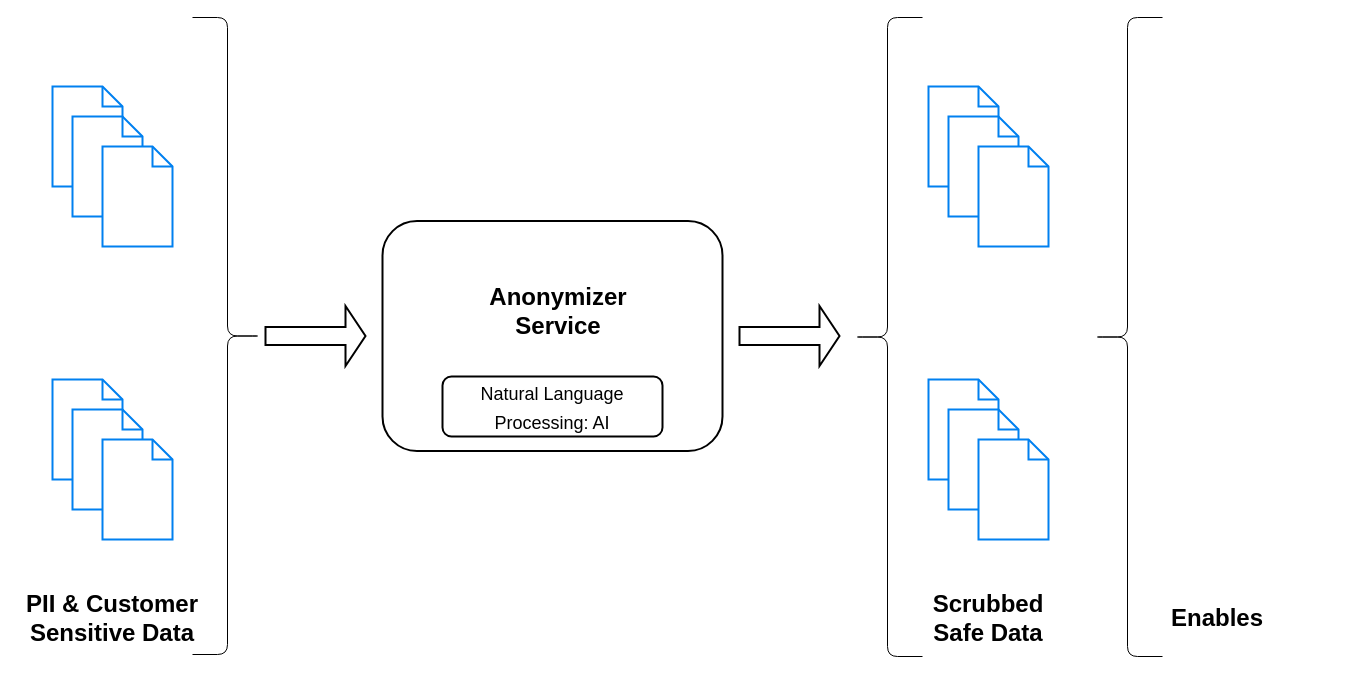
Earlier version of the draw.io diagram page "Arch Overview" (7 of 12) of AB3 - 2022-12-12-v1.drawio (fotoby/ab3). Source tidied: cells renumbered, new cells numbered last; positions are measured from the earlier drawing's top-left corner, leaving out a move shared by most shapes. Both pictures are drawn from the tidied source at 100%, with x=0, y=0 at pixel (17, 17).
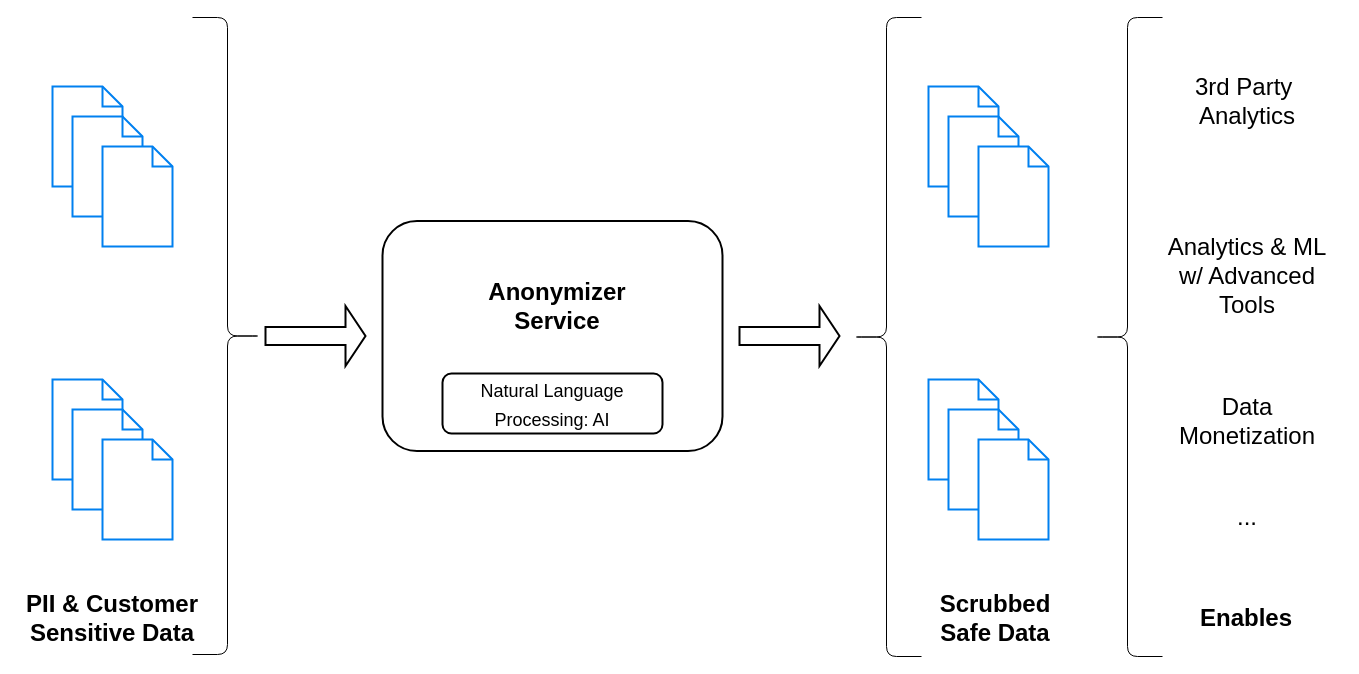
The same diagram, later.

What changed in the source:
```diff
@@
     <mxCell id="15" value="&lt;b&gt;&lt;font style=&quot;font-size: 24px;&quot;&gt;Anonymizer&lt;br&gt;Service&lt;br&gt;&lt;/font&gt;&lt;/b&gt;" style="text;html=1;strokeColor=none;fillColor=none;align=center;verticalAlign=middle;whiteSpace=wrap;rounded=0;shadow=0;labelBorderColor=none;fontSize=18;fontColor=#000000;" parent="1" vertex="1">
-      <mxGeometry x="446" y="279" width="190" height="30" as="geometry" />
+      <mxGeometry x="445" y="274" width="190" height="30" as="geometry" />
     </mxCell>
     <mxCell id="16" value="&lt;font style=&quot;font-size: 18px;&quot;&gt;Natural Language&lt;br&gt;Processing: AI&lt;/font&gt;" style="rounded=1;whiteSpace=wrap;html=1;strokeWidth=2;fontSize=24;fillColor=default;" parent="1" vertex="1">
-      <mxGeometry x="425" y="359" width="220" height="60" as="geometry" />
+      <mxGeometry x="425" y="356" width="220" height="60" as="geometry" />
     </mxCell>
@@
     <mxCell id="26" value="&lt;b&gt;&lt;font style=&quot;font-size: 24px;&quot;&gt;Scrubbed&lt;br&gt;Safe Data&lt;br&gt;&lt;/font&gt;&lt;/b&gt;" style="text;html=1;strokeColor=none;fillColor=none;align=center;verticalAlign=middle;whiteSpace=wrap;rounded=0;shadow=0;labelBorderColor=none;fontSize=18;fontColor=#000000;" parent="1" vertex="1">
-      <mxGeometry x="876" y="586" width="190" height="30" as="geometry" />
+      <mxGeometry x="883" y="586" width="190" height="30" as="geometry" />
     </mxCell>
     <mxCell id="27" value="&lt;b&gt;&lt;font style=&quot;font-size: 24px;&quot;&gt;Enables&lt;br&gt;&lt;/font&gt;&lt;/b&gt;" style="text;html=1;strokeColor=none;fillColor=none;align=center;verticalAlign=middle;whiteSpace=wrap;rounded=0;shadow=0;labelBorderColor=none;fontSize=18;fontColor=#000000;" parent="1" vertex="1">
-      <mxGeometry x="1105" y="586" width="190" height="30" as="geometry" />
+      <mxGeometry x="1134" y="586" width="190" height="30" as="geometry" />
     </mxCell>
@@
+    <mxCell id="31" value="&lt;span&gt;&lt;font style=&quot;font-size: 24px;&quot;&gt;3rd Party&amp;nbsp;&lt;br&gt;Analytics&lt;br&gt;&lt;/font&gt;&lt;/span&gt;" style="text;html=1;strokeColor=none;fillColor=none;align=center;verticalAlign=middle;whiteSpace=wrap;rounded=0;shadow=0;labelBorderColor=none;fontSize=18;fontColor=#000000;fontStyle=0;" parent="1" vertex="1">
+      <mxGeometry x="1135" y="69" width="190" height="30" as="geometry" />
+    </mxCell>
+    <mxCell id="32" value="&lt;span&gt;&lt;font style=&quot;font-size: 24px;&quot;&gt;Analytics &amp;amp; ML&lt;br&gt;w/ Advanced&lt;br&gt;Tools&lt;br&gt;&lt;/font&gt;&lt;/span&gt;" style="text;html=1;strokeColor=none;fillColor=none;align=center;verticalAlign=middle;whiteSpace=wrap;rounded=0;shadow=0;labelBorderColor=none;fontSize=18;fontColor=#000000;fontStyle=0;" parent="1" vertex="1">
+      <mxGeometry x="1135" y="244" width="190" height="30" as="geometry" />
+    </mxCell>
+    <mxCell id="33" value="&lt;span&gt;&lt;font style=&quot;font-size: 24px;&quot;&gt;Data&lt;br&gt;Monetization&lt;br&gt;&lt;/font&gt;&lt;/span&gt;" style="text;html=1;strokeColor=none;fillColor=none;align=center;verticalAlign=middle;whiteSpace=wrap;rounded=0;shadow=0;labelBorderColor=none;fontSize=18;fontColor=#000000;fontStyle=0;" parent="1" vertex="1">
+      <mxGeometry x="1135" y="389" width="190" height="30" as="geometry" />
+    </mxCell>
+    <mxCell id="34" value="&lt;span&gt;&lt;font style=&quot;font-size: 24px;&quot;&gt;...&lt;br&gt;&lt;/font&gt;&lt;/span&gt;" style="text;html=1;strokeColor=none;fillColor=none;align=center;verticalAlign=middle;whiteSpace=wrap;rounded=0;shadow=0;labelBorderColor=none;fontSize=18;fontColor=#000000;fontStyle=0;" parent="1" vertex="1">
+      <mxGeometry x="1135" y="483" width="190" height="33" as="geometry" />
+    </mxCell>
@@
     <mxCell id="30" style="shape=curlyBracket;whiteSpace=wrap;html=1;rounded=1;labelPosition=left;verticalLabelPosition=middle;align=right;verticalAlign=middle;fillStyle=auto;fillColor=none;" parent="29" vertex="1">
-      <mxGeometry x="835" width="70" height="639" as="geometry" />
+      <mxGeometry x="834" width="70" height="639" as="geometry" />
     </mxCell>
```
